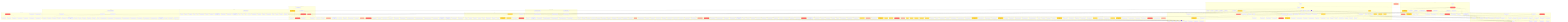
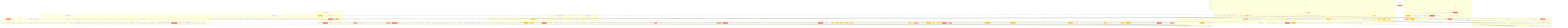
flowchart TD
    subgraph goal_changelog
        goal__changelog__update_changelog{{update_changelog CC=24}}
    end
    subgraph goal_cli
        goal__cli__doctor_cmd__doctor("doctor CC=12")
        goal__cli__commit_cmd__commit("commit CC=11")
        goal__cli__commit_cmd__fix_summary("fix_summary CC=12")
        goal__cli__commit_cmd__validate("validate CC=13")
        goal__cli__version__detect_project_types["detect_project_types"]
        goal__cli__version__find_version_files["find_version_files"]
        goal__cli__version__get_version_from_file["get_version_from_file"]
        goal__cli__version__get_current_version["get_current_version"]
        goal__cli__version__bump_version["bump_version"]
        goal__cli__version__update_version_in_file["update_version_in_file"]
        goal__cli__version__update_json_version["update_json_version"]
        goal__cli__version__update_project_metadata{{update_project_metadata CC=26}}
        goal__cli__version__update_readme_metadata("update_readme_metadata CC=10")
        goal__cli__version___update_version_file["_update_version_file"]
        goal__cli__version___update_json_version_file["_update_json_version_file"]
        goal__cli__version___update_toml_version["_update_toml_version"]
        goal__cli__version___update_cargo_version["_update_cargo_version"]
        goal__cli__version___update_csproj_versions["_update_csproj_versions"]
        goal__cli__version___update_pom_xml["_update_pom_xml"]
        goal__cli__version___update_readme_metadata["_update_readme_metadata"]
        goal__cli__version___update_init_py_versions["_update_init_py_versions"]
        goal__cli__version__sync_all_versions{{sync_all_versions CC=33}}
        goal__cli__utils_cmd__status("status CC=10")
        goal__cli__utils_cmd__init["init"]
        goal__cli__utils_cmd__info["info"]
        goal__cli__utils_cmd__version["version"]
        goal__cli__utils_cmd__package_managers("package_managers CC=8")
        goal__cli__utils_cmd__check_versions["check_versions"]
        goal__cli__utils_cmd__clone["clone"]
        goal__cli__utils_cmd__bootstrap["bootstrap"]
        goal__cli__publish_cmd__publish["publish"]
        goal__cli__push_cmd__push["push"]
        goal__cli__publish__makefile_has_target["makefile_has_target"]
        goal__cli__publish___get_python_bin["_get_python_bin"]
        goal__cli__publish___ensure_publish_deps["_ensure_publish_deps"]
        goal__cli__publish__publish_project("publish_project CC=13")
        goal__cli__config_cmd__config["config"]
        goal__cli__config_cmd__config_show["config_show"]
        goal__cli__config_cmd__config_validate["config_validate"]
        goal__cli__config_cmd__config_update["config_update"]
        goal__cli__config_cmd__config_set["config_set"]
        goal__cli__config_cmd__config_get["config_get"]
        goal__cli__config_cmd__setup["setup"]
        goal__cli___setup_nfo_logging["_setup_nfo_logging"]
        goal__cli___nfo_log_call["_nfo_log_call"]
        goal__cli__strip_ansi["strip_ansi"]
        goal__cli__split_paths_by_type("split_paths_by_type CC=14")
        goal__cli__stage_paths["stage_paths"]
        goal__cli__confirm["confirm"]
        goal__cli__GoalGroup__get_command["get_command"]
        goal__cli__GoalGroup__parse_args["parse_args"]
        goal__cli__main["main"]
    end
    subgraph goal_config
        goal__config__manager__GoalConfig____init__["__init__"]
        goal__config__manager__GoalConfig___find_config["_find_config"]
        goal__config__manager__GoalConfig___find_git_root["_find_git_root"]
        goal__config__manager__GoalConfig__exists["exists"]
        goal__config__manager__GoalConfig__load["load"]
        goal___get_default_config["_get_default_config"]
        goal__config__manager__GoalConfig___deep_copy["_deep_copy"]
        goal__config__manager__GoalConfig___merge_configs["_merge_configs"]
        goal___detect_project_name("_detect_project_name CC=10")
        goal___detect_project_types["_detect_project_types"]
        goal___detect_description["_detect_description"]
        goal___detect_version_files("_detect_version_files CC=10")
        goal__config__manager__GoalConfig__save["save"]
        goal__config__manager__GoalConfig__get["get"]
        goal__config__manager__GoalConfig__set["set"]
        goal__update_from_detection["update_from_detection"]
        goal__config__manager__GoalConfig__validate("validate CC=8")
        goal__get_commit_template["get_commit_template"]
        goal__config__manager__GoalConfig__get_strategy["get_strategy"]
        goal__config__manager__GoalConfig__get_registry["get_registry"]
        goal__should_auto_update["should_auto_update"]
        goal__config__manager__GoalConfig__to_dict["to_dict"]
        goal__config__manager__init_config["init_config"]
        goal__config__manager__load_config["load_config"]
        goal__config__manager__ensure_config["ensure_config"]
    end
    subgraph goal_deep_analyzer
        goal__deep_analyzer__CodeChangeAnalyzer____init__["__init__"]
        goal__analyze_file_diff["analyze_file_diff"]
        goal___detect_language["_detect_language"]
        goal___analyze_python_diff{{_analyze_python_diff CC=15}}
        goal___extract_python_entities("_extract_python_entities CC=13")
        goal___get_decorator_name["_get_decorator_name"]
        goal___calculate_complexity["_calculate_complexity"]
        goal___analyze_js_diff("_analyze_js_diff CC=13")
        goal___analyze_generic_diff["_analyze_generic_diff"]
        goal___detect_functional_areas["_detect_functional_areas"]
        goal__aggregate_changes["aggregate_changes"]
        goal___detect_file_patterns["_detect_file_patterns"]
        goal___check_analyzer_value["_check_analyzer_value"]
        goal___check_cli_value("_check_cli_value CC=8")
        goal___check_area_values("_check_area_values CC=12")
        goal___check_complexity_value["_check_complexity_value"]
        goal___check_architecture_value["_check_architecture_value"]
        goal___build_entity_fallback["_build_entity_fallback"]
        goal__infer_functional_value["infer_functional_value"]
        goal__detect_relations["detect_relations"]
        goal__generate_functional_summary["generate_functional_summary"]
        goal___build_summary{{_build_summary CC=16}}
    end
    subgraph goal_doctor
        goal__doctor__rust__diagnose_rust["diagnose_rust"]
        goal__doctor__ruby__diagnose_ruby["diagnose_ruby"]
        goal__doctor__dotnet__diagnose_dotnet["diagnose_dotnet"]
        goal__doctor__go__diagnose_go["diagnose_go"]
+         goal__doctor__logging___log_issue["_log_issue"]
+         goal__doctor__logging___log_fix["_log_fix"]
        goal__doctor__todo___generate_ticket_id["_generate_ticket_id"]
        goal__doctor__todo___read_existing_tickets["_read_existing_tickets"]
        goal__doctor__todo___format_todo_entry["_format_todo_entry"]
        goal__doctor__todo__add_issues_to_todo("add_issues_to_todo CC=9")
        goal__doctor__todo__diagnose_and_report_with_todo["diagnose_and_report_with_todo"]
-         goal__doctor__logging___log_issue["_log_issue"]
-         goal__doctor__logging___log_fix["_log_fix"]
        goal__doctor__php__diagnose_php["diagnose_php"]
-         goal__doctor__core__diagnose_project["diagnose_project"]
-         goal__doctor__core__diagnose_and_report("diagnose_and_report CC=8")
        goal__doctor__java__diagnose_java["diagnose_java"]
+         goal__doctor__nodejs__diagnose_nodejs("diagnose_nodejs CC=13")
        goal__doctor__python__PythonDiagnostics____init__["__init__"]
        goal__check_py001_missing_config["check_py001_missing_config"]
        goal__check_py002_build_system["check_py002_build_system"]
        goal__check_py003_license_classifiers["check_py003_license_classifiers"]
        goal__check_py004_deprecated_backends["check_py004_deprecated_backends"]
        goal__check_py005_license_table["check_py005_license_table"]
        goal__check_py006_duplicate_authors("check_py006_duplicate_authors CC=8")
        goal__check_py007_requires_python["check_py007_requires_python"]
        goal__check_py008_empty_classifiers["check_py008_empty_classifiers"]
        goal__check_py009_string_authors("check_py009_string_authors CC=8")
+         goal__check_py010_project_name_consistency("check_py010_project_name_consistenc CC=12")
+         goal__check_py011_version_consistency{{check_py011_version_consistency CC=17}}
+         goal__check_py012_dist_cleanup("check_py012_dist_cleanup CC=9")
+         goal__check_py013_goal_publish_pattern("check_py013_goal_publish_pattern CC=8")
        goal__write_fixes["write_fixes"]
        goal__doctor__python__diagnose_python["diagnose_python"]
-         goal__doctor__nodejs__diagnose_nodejs("diagnose_nodejs CC=13")
+         goal__doctor__core__diagnose_project["diagnose_project"]
+         goal__doctor__core__diagnose_and_report("diagnose_and_report CC=8")
    end
    subgraph goal_formatter
        goal__formatter__MarkdownFormatter____init__["__init__"]
        goal__formatter__MarkdownFormatter__add_header["add_header"]
        goal__formatter__MarkdownFormatter__add_metadata["add_metadata"]
        goal__formatter__MarkdownFormatter__add_section["add_section"]
        goal__formatter__MarkdownFormatter__add_list["add_list"]
        goal__add_command_output["add_command_output"]
        goal__formatter__MarkdownFormatter__add_summary["add_summary"]
        goal__formatter__MarkdownFormatter__render["render"]
        goal__formatter___build_functional_overview("_build_functional_overview CC=12")
        goal__formatter___build_files_section("_build_files_section CC=8")
        goal__formatter___determine_next_steps["_determine_next_steps"]
        goal__formatter__format_push_result("format_push_result CC=13")
        goal__formatter__format_enhanced_summary{{format_enhanced_summary CC=29}}
        goal__formatter__format_status_output["format_status_output"]
    end
    subgraph goal_generator
+         goal____init__["__init__"]
+         goal__get_diff_stats("get_diff_stats CC=9")
+         goal__get_name_status("get_name_status CC=9")
+         goal__get_numstat_map("get_numstat_map CC=11")
+         goal__get_changed_files("get_changed_files CC=8")
+         goal__get_diff_content["get_diff_content"]
+         goal__clear_cache["clear_cache"]
        goal__classify_change_type["classify_change_type"]
        goal___detect_signals["_detect_signals"]
        goal___has_package_code["_has_package_code"]
        goal___is_docs_only["_is_docs_only"]
        goal___is_ci_only["_is_ci_only"]
        goal___has_new_goal_python_file["_has_new_goal_python_file"]
        goal___score_by_file_patterns["_score_by_file_patterns"]
        goal___score_by_diff_content["_score_by_diff_content"]
        goal___score_by_statistics("_score_by_statistics CC=8")
        goal___score_by_signals{{_score_by_signals CC=15}}
        goal___score_new_functionality["_score_new_functionality"]
        goal___resolve_change_type("_resolve_change_type CC=11")
        goal__detect_scope("detect_scope CC=14")
        goal__extract_functions_changed["extract_functions_changed"]
        goal__short_action_summary{{short_action_summary CC=34}}
        goal__per_file_notes{{per_file_notes CC=29}}
-         goal____init__["__init__"]
-         goal__get_diff_stats("get_diff_stats CC=9")
-         goal__get_name_status("get_name_status CC=9")
-         goal__get_numstat_map("get_numstat_map CC=11")
-         goal__get_changed_files("get_changed_files CC=8")
-         goal__get_diff_content["get_diff_content"]
-         goal__clear_cache["clear_cache"]
        goal____init__("__init__ CC=8")
        goal__get_diff_stats["get_diff_stats"]
        goal__get_name_status["get_name_status"]
        goal__get_numstat_map["get_numstat_map"]
        goal__get_changed_files["get_changed_files"]
        goal__get_diff_content["get_diff_content"]
        goal__classify_change_type["classify_change_type"]
        goal__detect_scope["detect_scope"]
        goal__extract_functions_changed["extract_functions_changed"]
        goal___short_action_summary["_short_action_summary"]
        goal___per_file_notes["_per_file_notes"]
        goal__generate_commit_message["generate_commit_message"]
        goal__generate_abstraction_message["generate_abstraction_message"]
        goal__generate_changelog_entry["generate_changelog_entry"]
        goal__generate_enhanced_summary("generate_enhanced_summary CC=8")
        goal___try_enhanced_summary["_try_enhanced_summary"]
        goal___classify_files("_classify_files CC=11")
        goal___build_statistics_section["_build_statistics_section"]
        goal___build_summary_section("_build_summary_section CC=12")
        goal___build_file_lists["_build_file_lists"]
        goal___build_per_file_notes["_build_per_file_notes"]
        goal___build_implementation_notes["_build_implementation_notes"]
        goal__generate_detailed_message["generate_detailed_message"]
        goal__generate_smart_commit_message["generate_smart_commit_message"]
    end
    subgraph goal_git_ops
        goal__git_ops__run_git["run_git"]
        goal__git_ops__run_command["run_command"]
        goal__git_ops___echo_cmd["_echo_cmd"]
        goal__git_ops___run_git_verbose["_run_git_verbose"]
        goal__git_ops__run_command_tee["run_command_tee"]
        goal__git_ops__is_git_repository["is_git_repository"]
        goal__git_ops__validate_repo_url["validate_repo_url"]
        goal__git_ops__get_remote_url["get_remote_url"]
        goal__git_ops__list_remotes["list_remotes"]
        goal__git_ops___prompt_remote_url["_prompt_remote_url"]
        goal__git_ops___list_remote_branches["_list_remote_branches"]
        goal__git_ops__get_remote_branch["get_remote_branch"]
        goal__git_ops__clone_repository["clone_repository"]
        goal__git_ops__ensure_git_repository{{ensure_git_repository CC=23}}
        goal__git_ops__ensure_remote["ensure_remote"]
        goal__git_ops__get_staged_files["get_staged_files"]
        goal__git_ops__get_unstaged_files["get_unstaged_files"]
        goal__git_ops__get_working_tree_files["get_working_tree_files"]
        goal__git_ops__get_diff_stats["get_diff_stats"]
        goal__git_ops__get_diff_content["get_diff_content"]
        goal__git_ops__read_ticket["read_ticket"]
        goal__git_ops__apply_ticket_prefix["apply_ticket_prefix"]
    end
    subgraph goal_package_managers
        goal____post_init__["__post_init__"]
        goal__package_managers__detect_package_managers("detect_package_managers CC=11")
        goal__package_managers__get_package_manager["get_package_manager"]
        goal__get_package_managers_by_language["get_package_managers_by_language"]
        goal__is_package_manager_available["is_package_manager_available"]
        goal__get_available_package_managers["get_available_package_managers"]
        goal__get_preferred_package_manager["get_preferred_package_manager"]
        goal__format_package_manager_command["format_package_manager_command"]
        goal__package_managers__get_package_manager_info["get_package_manager_info"]
        goal__package_managers__list_all_package_managers["list_all_package_managers"]
        goal__package_managers__detect_project_language["detect_project_language"]
        goal__package_managers__suggest_package_managers["suggest_package_managers"]
    end
    subgraph goal_project_bootstrap
        goal__project_bootstrap___match_marker["_match_marker"]
        goal__project_bootstrap__detect_project_types_deep("detect_project_types_deep CC=11")
        goal__project_bootstrap__guess_package_name{{guess_package_name CC=20}}
        goal__project_bootstrap___find_python_bin["_find_python_bin"]
        goal__ensure_project_environment{{ensure_project_environment CC=25}}
        goal__project_bootstrap__find_existing_tests["find_existing_tests"]
        goal__project_bootstrap__scaffold_test{{scaffold_test CC=15}}
        goal__project_bootstrap__bootstrap_project["bootstrap_project"]
        goal__project_bootstrap__bootstrap_all_projects["bootstrap_all_projects"]
    end
    subgraph goal_push
        goal__push__commands__push["push"]
        goal__push__core__run_git_local["run_git_local"]
        goal__push__core__show_workflow_preview("show_workflow_preview CC=8")
        goal__push__core__output_final_summary("output_final_summary CC=10")
        goal__push__core__PushContext____init__["__init__"]
        goal__push__core__PushContext__get["get"]
        goal__push__core__execute_push_workflow{{execute_push_workflow CC=29}}
        goal__push__stages__version___get_version_module["_get_version_module"]
        goal__sync_all_versions_wrapper["sync_all_versions_wrapper"]
        goal__push__stages__version__handle_version_sync["handle_version_sync"]
        goal__push__stages__version__get_version_info["get_version_info"]
        goal__push__stages__changelog__handle_changelog["handle_changelog"]
        goal__update_changelog_stage["update_changelog_stage"]
        goal__push__stages__commit__get_commit_message("get_commit_message CC=11")
        goal__push__stages__commit__enforce_quality_gates{{enforce_quality_gates CC=15}}
        goal__push__stages__commit__handle_single_commit["handle_single_commit"]
        goal__push__stages__commit__handle_split_commits{{handle_split_commits CC=17}}
        goal__push__stages__dry_run__handle_dry_run{{handle_dry_run CC=19}}
        goal__push__stages__tag__create_tag["create_tag"]
        goal__push__stages__push_remote__push_to_remote("push_to_remote CC=12")
        goal__push__stages__publish__handle_publish["handle_publish"]
    end
    subgraph goal_smart_commit
        goal____init__["__init__"]
        goal__get_domain("get_domain CC=12")
        goal__get_language["get_language"]
        goal__extract_entities{{extract_entities CC=20}}
        goal__extract_markdown_topics("extract_markdown_topics CC=9")
        goal__infer_benefit("infer_benefit CC=11")
        goal__detect_features["detect_features"]
        goal__determine_abstraction_level["determine_abstraction_level"]
        goal__get_action_verb["get_action_verb"]
        goal____init__["__init__"]
        goal__analyze_changes{{analyze_changes CC=24}}
        goal___generate_functional_summary{{_generate_functional_summary CC=22}}
        goal___get_staged_files["_get_staged_files"]
        goal___get_file_diff["_get_file_diff"]
        goal___infer_commit_type("_infer_commit_type CC=11")
        goal__generate_message["generate_message"]
        goal___is_docs_only_change["_is_docs_only_change"]
        goal___generate_docs_message["_generate_docs_message"]
        goal___generate_high_abstraction_message["_generate_high_abstraction_message"]
        goal___generate_medium_abstraction_message["_generate_medium_abstraction_messag"]
        goal___generate_low_abstraction_message["_generate_low_abstraction_message"]
        goal___filter_meaningful_entities["_filter_meaningful_entities"]
        goal___infer_message_from_files("_infer_message_from_files CC=12")
        goal__generate_functional_body("generate_functional_body CC=13")
        goal__generate_changelog_entry["generate_changelog_entry"]
        goal__format_changelog_entry["format_changelog_entry"]
        goal__create_smart_generator["create_smart_generator"]
    end
    subgraph goal_summary
        goal____init__["__init__"]
        goal__validate["validate"]
        goal___extract_intent["_extract_intent"]
        goal___validate_title("_validate_title CC=10")
        goal___validate_intent("_validate_intent CC=9")
        goal___validate_metrics["_validate_metrics"]
        goal___validate_relations["_validate_relations"]
        goal___validate_files["_validate_files"]
        goal___validate_capabilities["_validate_capabilities"]
        goal___validate_body["_validate_body"]
        goal___validate_value_score["_validate_value_score"]
        goal___calculate_score["_calculate_score"]
        goal__auto_fix{{auto_fix CC=19}}
        goal__summary__generate_business_summary["generate_business_summary"]
        goal__summary__validate_summary["validate_summary"]
        goal__summary__auto_fix_summary["auto_fix_summary"]
        goal____init__["__init__"]
        goal__map_entity_to_role("map_entity_to_role CC=13")
        goal__detect_capabilities["detect_capabilities"]
        goal__detect_file_relations("detect_file_relations CC=10")
        goal___infer_domain("_infer_domain CC=14")
        goal___build_relation_chain("_build_relation_chain CC=8")
        goal___render_relations_ascii["_render_relations_ascii"]
        goal__calculate_quality_metrics["calculate_quality_metrics"]
        goal__generate_value_title{{generate_value_title CC=19}}
        goal__generate_enhanced_summary("generate_enhanced_summary CC=11")
        goal___format_changes_section{{_format_changes_section CC=26}}
        goal___format_testing_section["_format_testing_section"]
        goal___format_dependencies_section["_format_dependencies_section"]
        goal___format_stats_section["_format_stats_section"]
        goal___format_enhanced_body["_format_enhanced_body"]
        goal__validate_summary_quality("validate_summary_quality CC=8")
        goal____init__["__init__"]
        goal__is_noise["is_noise"]
        goal__filter_entities["filter_entities"]
        goal__has_banned_words["has_banned_words"]
        goal__classify_intent("classify_intent CC=14")
        goal__prioritize_capabilities["prioritize_capabilities"]
        goal__format_complexity_delta["format_complexity_delta"]
        goal__dedupe_relations["dedupe_relations"]
        goal__dedupe_files["dedupe_files"]
        goal__categorize_files("categorize_files CC=11")
        goal__filter_generic_nodes["filter_generic_nodes"]
        goal__format_net_lines("format_net_lines CC=12")
        goal__classify_intent_smart{{classify_intent_smart CC=25}}
        goal__generate_architecture_title("generate_architecture_title CC=12")
    end
    subgraph goal_user_config
        goal__user_config__UserConfig____init__["__init__"]
        goal__user_config__UserConfig___load["_load"]
        goal__user_config__UserConfig___save["_save"]
        goal__user_config__UserConfig__get["get"]
        goal__user_config__UserConfig__set["set"]
        goal__user_config__UserConfig__is_initialized["is_initialized"]
        goal__user_config__get_git_user_name["get_git_user_name"]
        goal__user_config__get_git_user_email["get_git_user_email"]
        goal__user_config__prompt_for_license["prompt_for_license"]
        goal__user_config__initialize_user_config("initialize_user_config CC=11")
        goal__user_config__get_user_config["get_user_config"]
        goal__user_config__show_user_config["show_user_config"]
    end
    subgraph goal_version_validation
        goal__version_validation__get_pypi_version["get_pypi_version"]
        goal__version_validation__get_npm_version["get_npm_version"]
        goal__version_validation__get_cargo_version["get_cargo_version"]
        goal__version_validation__get_rubygems_version["get_rubygems_version"]
        goal__version_validation__get_registry_version["get_registry_version"]
        goal__version_validation__extract_badge_versions["extract_badge_versions"]
        goal__version_validation__update_badge_versions["update_badge_versions"]
        goal__validate_project_versions{{validate_project_versions CC=30}}
        goal__version_validation__check_readme_badges["check_readme_badges"]
        goal__format_validation_results["format_validation_results"]
    end
-     goal__user_config__initialize_user_config --> goal__user_config__get_git_user_name
-     goal__user_config__initialize_user_config --> goal__user_config__get_git_user_email
-     goal__user_config__initialize_user_config --> goal__user_config__prompt_for_license
-     goal__user_config__get_user_config --> goal__user_config__initialize_user_config
-     goal__validate_project_versions --> goal__version_validation__get_pypi_version
-     goal__validate_project_versions --> goal__version_validation__get_npm_version
-     goal__validate_project_versions --> goal__version_validation__get_cargo_version
-     goal__version_validation__check_readme_badges --> goal__version_validation__extract_badge_versions
+     subgraph integration_run_matrix
+         integration__run_matrix__run_case["run_case"]
+         integration__run_matrix__print["print"]
+         integration__run_matrix__main["main"]
+         integration__run_matrix__self["self"]
+     end
    goal__project_bootstrap__detect_project_types_deep --> goal__project_bootstrap___match_marker
    goal__ensure_project_environment --> goal__project_bootstrap___find_python_bin
    goal__ensure_project_environment --> goal__project_bootstrap___match_marker
    goal__project_bootstrap__scaffold_test --> goal__project_bootstrap__find_existing_tests
    goal__project_bootstrap__scaffold_test --> goal__project_bootstrap__guess_package_name
    goal__project_bootstrap__bootstrap_project --> goal__doctor__core__diagnose_and_report
    goal__project_bootstrap__bootstrap_project --> goal__ensure_project_environment
    goal__project_bootstrap__bootstrap_project --> goal__project_bootstrap__find_existing_tests
    goal__project_bootstrap__bootstrap_project --> goal__project_bootstrap__scaffold_test
    goal__project_bootstrap__bootstrap_all_projects --> goal__project_bootstrap__detect_project_types_deep
    goal__project_bootstrap__bootstrap_all_projects --> goal__project_bootstrap__bootstrap_project
+     goal__validate_project_versions --> goal__version_validation__get_pypi_version
+     goal__validate_project_versions --> goal__version_validation__get_npm_version
+     goal__validate_project_versions --> goal__version_validation__get_cargo_version
+     goal__version_validation__check_readme_badges --> goal__version_validation__extract_badge_versions
+     goal__user_config__initialize_user_config --> goal__user_config__get_git_user_name
+     goal__user_config__initialize_user_config --> goal__user_config__get_git_user_email
+     goal__user_config__initialize_user_config --> goal__user_config__prompt_for_license
+     goal__user_config__get_user_config --> goal__user_config__initialize_user_config
    goal__formatter__format_push_result --> goal__formatter___build_functional_overview
    goal__formatter__format_push_result --> goal__formatter___build_files_section
    goal__formatter__format_push_result --> goal__formatter___determine_next_steps
-     goal___analyze_python_diff --> goal__user_config__UserConfig__set
-     goal___analyze_js_diff --> goal__user_config__UserConfig__set
-     goal___analyze_generic_diff --> goal__user_config__UserConfig__set
-     goal___detect_functional_areas --> goal__user_config__UserConfig__set
-     goal__aggregate_changes --> goal__user_config__UserConfig__set
-     goal__detect_relations --> goal__user_config__UserConfig__set
    goal__git_ops___run_git_verbose --> goal__git_ops___echo_cmd
    goal__git_ops___run_git_verbose --> goal__git_ops__run_git
    goal__git_ops__is_git_repository --> goal__git_ops__run_git
    goal__git_ops__get_remote_url --> goal__git_ops__run_git
    goal__git_ops__list_remotes --> goal__git_ops__run_git
    goal__git_ops___prompt_remote_url --> goal__git_ops__validate_repo_url
    goal__git_ops___list_remote_branches --> goal__git_ops___echo_cmd
    goal__git_ops___list_remote_branches --> goal__git_ops__run_git
    goal__git_ops__get_remote_branch --> goal__git_ops__run_git
    goal__git_ops__clone_repository --> goal__git_ops__run_git
    goal__git_ops__clone_repository --> goal__git_ops__validate_repo_url
    goal__git_ops__ensure_git_repository --> goal__git_ops__is_git_repository
    goal__git_ops__ensure_git_repository --> goal__git_ops___run_git_verbose
    goal__git_ops__ensure_git_repository --> goal__git_ops___prompt_remote_url
    goal__git_ops__ensure_remote --> goal__git_ops__list_remotes
    goal__git_ops__ensure_remote --> goal__git_ops___prompt_remote_url
    goal__git_ops__ensure_remote --> goal__git_ops___run_git_verbose
    goal__git_ops__ensure_remote --> goal__git_ops__run_git
    goal__git_ops__get_staged_files --> goal__git_ops__run_git
    goal__git_ops__get_unstaged_files --> goal__git_ops__run_git
    goal__git_ops__get_working_tree_files --> goal__git_ops__run_git
    goal__git_ops__get_diff_stats --> goal__git_ops__run_git
    goal__git_ops__get_diff_content --> goal__git_ops__run_git
    goal__git_ops__apply_ticket_prefix --> goal__git_ops__read_ticket
+     goal___analyze_python_diff --> goal__user_config__UserConfig__set
+     goal___analyze_js_diff --> goal__user_config__UserConfig__set
+     goal___analyze_generic_diff --> goal__user_config__UserConfig__set
+     goal___detect_functional_areas --> goal__user_config__UserConfig__set
+     goal__aggregate_changes --> goal__user_config__UserConfig__set
+     goal__detect_relations --> goal__user_config__UserConfig__set
+     goal__push__commands__push --> goal__push__core__execute_push_workflow
    goal__extract_functions_changed --> goal__user_config__UserConfig__set
-     goal__push__commands__push --> goal__push__core__execute_push_workflow
    goal___classify_files --> goal__user_config__UserConfig__set
    goal__cli__doctor_cmd__doctor --> goal__project_bootstrap__detect_project_types_deep
    goal__push__core__run_git_local --> goal__git_ops__run_git
    goal__push__core__output_final_summary --> goal__formatter__format_push_result
    goal__push__core__execute_push_workflow --> goal__cli__version__detect_project_types
    goal__push__core__execute_push_workflow --> goal__git_ops__get_staged_files
    goal__push__core__execute_push_workflow --> goal__git_ops__get_diff_content
    goal__push__core__execute_push_workflow --> goal__push__stages__commit__get_commit_message
    goal__push__core__execute_push_workflow --> goal__push__stages__version__get_version_info
    goal__push__core__execute_push_workflow --> goal__git_ops__get_diff_stats
    goal__push__core__execute_push_workflow --> goal__push__stages__tag__create_tag
    goal__push__core__execute_push_workflow --> goal__git_ops__get_remote_branch
    goal__push__core__execute_push_workflow --> goal__push__stages__push_remote__push_to_remote
    goal__push__core__execute_push_workflow --> goal__push__stages__publish__handle_publish
    goal__push__core__execute_push_workflow --> goal__push__core__output_final_summary
    goal__cli__commit_cmd__commit --> goal__git_ops__get_staged_files
    goal__cli__commit_cmd__commit --> goal__git_ops__apply_ticket_prefix
    goal__cli__commit_cmd__fix_summary --> goal__git_ops__get_staged_files
    goal__cli__commit_cmd__fix_summary --> goal__git_ops__get_diff_stats
    goal__cli__commit_cmd__validate --> goal__git_ops__get_staged_files
    goal__cli__commit_cmd__validate --> goal__git_ops__get_diff_stats
    goal__cli__version__get_current_version --> goal__cli__version__find_version_files
    goal__cli__version__get_current_version --> goal__cli__version__get_version_from_file
    goal__cli__version___update_json_version_file --> goal__cli__version__update_json_version
    goal__cli__version___update_json_version_file --> goal__cli__version__update_project_metadata
    goal__cli__version___update_toml_version --> goal__cli__version__update_project_metadata
    goal__cli__version___update_cargo_version --> goal__cli__version__update_project_metadata
    goal__cli__version___update_readme_metadata --> goal__version_validation__update_badge_versions
    goal__cli__version___update_readme_metadata --> goal__cli__version__update_readme_metadata
    goal__cli__version__sync_all_versions --> goal__version_validation__update_badge_versions
    goal__cli__version__sync_all_versions --> goal__cli__version__update_json_version
    goal__cli__utils_cmd__status --> goal__cli__version__get_current_version
    goal__cli__utils_cmd__status --> goal__git_ops__get_remote_branch
    goal__cli__utils_cmd__status --> goal__git_ops__get_staged_files
    goal__cli__utils_cmd__status --> goal__git_ops__get_unstaged_files
    goal__cli__utils_cmd__status --> goal__formatter__format_status_output
    goal__cli__utils_cmd__init --> goal__config__manager__init_config
    goal__cli__utils_cmd__init --> goal__cli__version__detect_project_types
    goal__cli__utils_cmd__init --> goal__user_config__get_user_config
    goal__cli__utils_cmd__init --> goal__git_ops__ensure_git_repository
    goal__cli__utils_cmd__init --> goal__user_config__initialize_user_config
    goal__cli__utils_cmd__info --> goal__cli__version__detect_project_types
    goal__cli__utils_cmd__info --> goal__cli__version__get_current_version
    goal__cli__utils_cmd__info --> goal__git_ops__get_remote_branch
    goal__cli__utils_cmd__version --> goal__cli__version__get_current_version
    goal__cli__utils_cmd__version --> goal__cli__version__bump_version
    goal__cli__utils_cmd__version --> goal__user_config__get_user_config
    goal__cli__utils_cmd__version --> goal__cli__version__sync_all_versions
    goal__cli__utils_cmd__version --> goal__git_ops__run_git
    goal__cli__utils_cmd__package_managers --> goal__package_managers__detect_package_managers
    goal__cli__utils_cmd__package_managers --> goal__package_managers__detect_project_language
    goal__cli__utils_cmd__package_managers --> goal__package_managers__suggest_package_managers
    goal__cli__utils_cmd__check_versions --> goal__cli__version__get_current_version
    goal__cli__utils_cmd__check_versions --> goal__cli__version__detect_project_types
    goal__cli__utils_cmd__check_versions --> goal__validate_project_versions
    goal__cli__utils_cmd__check_versions --> goal__format_validation_results
    goal__cli__utils_cmd__clone --> goal__git_ops__clone_repository
    goal__cli__utils_cmd__clone --> goal__git_ops__validate_repo_url
    goal__cli__utils_cmd__bootstrap --> goal__project_bootstrap__detect_project_types_deep
    goal__cli__utils_cmd__bootstrap --> goal__project_bootstrap__bootstrap_project
    goal__cli__publish_cmd__publish --> goal__cli__version__detect_project_types
    goal__cli__publish_cmd__publish --> goal__cli__publish__makefile_has_target
    goal__cli__publish_cmd__publish --> goal__git_ops__run_command_tee
    goal__cli__publish_cmd__publish --> goal__cli__version__get_current_version
    goal__cli__publish_cmd__publish --> goal__cli__publish__publish_project
    goal__cli__push_cmd__push --> goal__push__core__execute_push_workflow
    goal__cli__publish__publish_project --> goal__cli__publish___get_python_bin
    goal__cli__publish__publish_project --> goal__git_ops__run_command_tee
    goal__cli__publish__publish_project --> goal__cli__publish___ensure_publish_deps
    goal__cli__config_cmd__config_show --> goal__config__manager__ensure_config
    goal__cli__config_cmd__config_validate --> goal__config__manager__ensure_config
    goal__cli__config_cmd__config_update --> goal__config__manager__ensure_config
    goal__cli__config_cmd__config_set --> goal__config__manager__ensure_config
    goal__cli__config_cmd__config_get --> goal__config__manager__ensure_config
    goal__cli__config_cmd__setup --> goal__user_config__initialize_user_config
    goal__cli__config_cmd__setup --> goal__user_config__show_user_config
    goal__update_from_detection --> goal__config__manager__GoalConfig__set
    goal___validate_title --> goal__user_config__UserConfig__set
    goal__detect_capabilities --> goal__user_config__UserConfig__set
    goal__has_banned_words --> goal__user_config__UserConfig__set
    goal__dedupe_relations --> goal__user_config__UserConfig__set
    goal__dedupe_files --> goal__user_config__UserConfig__set
    goal__get_available_package_managers --> goal__package_managers__detect_package_managers
    goal__get_available_package_managers --> goal__is_package_manager_available
    goal__get_preferred_package_manager --> goal__get_available_package_managers
    goal__package_managers__get_package_manager_info --> goal__is_package_manager_available
    goal__package_managers__list_all_package_managers --> goal__package_managers__get_package_manager_info
    goal__package_managers__detect_project_language --> goal__user_config__UserConfig__set
    goal__package_managers__suggest_package_managers --> goal__package_managers__detect_project_language
    goal__package_managers__suggest_package_managers --> goal__get_package_managers_by_language
    goal__package_managers__suggest_package_managers --> goal__is_package_manager_available
+     goal__cli__stage_paths --> goal__git_ops__run_git
+     goal__cli__main --> goal__cli___setup_nfo_logging
+     goal__cli__main --> goal__user_config__get_user_config
    goal__doctor__todo___read_existing_tickets --> goal__user_config__UserConfig__set
    goal__doctor__todo___format_todo_entry --> goal__doctor__todo___generate_ticket_id
    goal__doctor__todo__add_issues_to_todo --> goal__doctor__todo___read_existing_tickets
    goal__doctor__todo__add_issues_to_todo --> goal__doctor__todo___generate_ticket_id
    goal__doctor__todo__diagnose_and_report_with_todo --> goal__doctor__core__diagnose_and_report
    goal__doctor__todo__diagnose_and_report_with_todo --> goal__doctor__todo__add_issues_to_todo
-     goal__cli__stage_paths --> goal__git_ops__run_git
-     goal__cli__main --> goal__cli___setup_nfo_logging
-     goal__cli__main --> goal__user_config__get_user_config
-     goal__doctor__core__diagnose_and_report --> goal__doctor__core__diagnose_project
-     goal__doctor__core__diagnose_and_report --> goal__doctor__logging___log_issue
    goal__extract_entities --> goal__user_config__UserConfig__set
    goal__analyze_changes --> goal__user_config__UserConfig__set
    goal__sync_all_versions_wrapper --> goal__push__stages__version___get_version_module
    goal__sync_all_versions_wrapper --> goal__cli__version__sync_all_versions
    goal__push__stages__version__handle_version_sync --> goal__push__stages__version___get_version_module
    goal__push__stages__version__handle_version_sync --> goal__cli__version__sync_all_versions
    goal__push__stages__version__handle_version_sync --> goal__push__core__run_git_local
    goal__push__stages__version__get_version_info --> goal__push__stages__version___get_version_module
    goal__push__stages__version__get_version_info --> goal__cli__version__bump_version
    goal__push__stages__version__get_version_info --> goal__cli__version__get_current_version
    goal__push__stages__changelog__handle_changelog --> goal__push__core__run_git_local
    goal__push__stages__commit__get_commit_message --> goal__git_ops__apply_ticket_prefix
    goal__push__stages__commit__enforce_quality_gates --> goal__cli__confirm
    goal__push__stages__commit__handle_single_commit --> goal__git_ops__run_git
    goal__push__stages__commit__handle_split_commits --> goal__cli__split_paths_by_type
    goal__push__stages__commit__handle_split_commits --> goal__cli__stage_paths
    goal__push__stages__commit__handle_split_commits --> goal__git_ops__apply_ticket_prefix
    goal__push__stages__commit__handle_split_commits --> goal__git_ops__run_git
    goal__push__stages__dry_run__handle_dry_run --> goal__cli__split_paths_by_type
    goal__push__stages__tag__create_tag --> goal__git_ops__run_git
    goal__push__stages__push_remote__push_to_remote --> goal__git_ops__ensure_remote
    goal__push__stages__push_remote__push_to_remote --> goal__git_ops___echo_cmd
    goal__push__stages__push_remote__push_to_remote --> goal__git_ops__run_git
    goal__push__stages__push_remote__push_to_remote --> goal__cli__confirm
    goal__push__stages__publish__handle_publish --> goal__cli__publish__publish_project
    goal__push__stages__publish__handle_publish --> goal__cli__confirm
    goal__check_py006_duplicate_authors --> goal__user_config__UserConfig__set
+     goal__doctor__core__diagnose_and_report --> goal__doctor__core__diagnose_project
+     goal__doctor__core__diagnose_and_report --> goal__doctor__logging___log_issue

    classDef highCC fill:#ff6b6b,stroke:#c92a2a,color:#fff
    classDef medCC fill:#ffd43b,stroke:#f08c00,color:#000
-     class goal__changelog__update_changelog,goal__validate_project_versions,goal__project_bootstrap__guess_package_name,goal__ensure_project_environment,goal__project_bootstrap__scaffold_test,goal__formatter__format_enhanced_summary,goal___analyze_python_diff,goal___build_summary,goal__git_ops__ensure_git_repository,goal___score_by_signals,goal__short_action_summary,goal__per_file_notes,goal__push__core__execute_push_workflow,goal__cli__version__update_project_metadata,goal__cli__version__sync_all_versions,goal__auto_fix,goal__generate_value_title,goal___format_changes_section,goal__classify_intent_smart,goal__extract_entities,goal__analyze_changes,goal___generate_functional_summary,goal__push__stages__commit__enforce_quality_gates,goal__push__stages__commit__handle_split_commits,goal__push__stages__dry_run__handle_dry_run highCC
-     class goal__user_config__initialize_user_config,goal__project_bootstrap__detect_project_types_deep,goal__formatter___build_functional_overview,goal__formatter___build_files_section,goal__formatter__format_push_result,goal___extract_python_entities,goal___analyze_js_diff,goal___check_cli_value,goal___check_area_values,goal___score_by_statistics,goal___resolve_change_type,goal__detect_scope,goal__get_diff_stats,goal__get_name_status,goal__get_numstat_map,goal__get_changed_files,goal____init__,goal__generate_enhanced_summary,goal___classify_files,goal___build_summary_section,goal__cli__doctor_cmd__doctor,goal__push__core__show_workflow_preview,goal__push__core__output_final_summary,goal__cli__commit_cmd__commit,goal__cli__commit_cmd__fix_summary,goal__cli__commit_cmd__validate,goal__cli__version__update_readme_metadata,goal__cli__utils_cmd__status,goal__cli__utils_cmd__package_managers,goal__cli__publish__publish_project medCC
+     class goal__changelog__update_changelog,goal__project_bootstrap__guess_package_name,goal__ensure_project_environment,goal__project_bootstrap__scaffold_test,goal__validate_project_versions,goal__formatter__format_enhanced_summary,goal__git_ops__ensure_git_repository,goal___analyze_python_diff,goal___build_summary,goal___score_by_signals,goal__short_action_summary,goal__per_file_notes,goal__push__core__execute_push_workflow,goal__cli__version__update_project_metadata,goal__cli__version__sync_all_versions,goal__auto_fix,goal__generate_value_title,goal___format_changes_section,goal__classify_intent_smart,goal__extract_entities,goal__analyze_changes,goal___generate_functional_summary,goal__push__stages__commit__enforce_quality_gates,goal__push__stages__commit__handle_split_commits,goal__push__stages__dry_run__handle_dry_run,goal__check_py011_version_consistency highCC
+     class goal__project_bootstrap__detect_project_types_deep,goal__user_config__initialize_user_config,goal__formatter___build_functional_overview,goal__formatter___build_files_section,goal__formatter__format_push_result,goal___extract_python_entities,goal___analyze_js_diff,goal___check_cli_value,goal___check_area_values,goal__get_diff_stats,goal__get_name_status,goal__get_numstat_map,goal__get_changed_files,goal___score_by_statistics,goal___resolve_change_type,goal__detect_scope,goal____init__,goal__generate_enhanced_summary,goal___classify_files,goal___build_summary_section,goal__cli__doctor_cmd__doctor,goal__push__core__show_workflow_preview,goal__push__core__output_final_summary,goal__cli__commit_cmd__commit,goal__cli__commit_cmd__fix_summary,goal__cli__commit_cmd__validate,goal__cli__version__update_readme_metadata,goal__cli__utils_cmd__status,goal__cli__utils_cmd__package_managers,goal__cli__publish__publish_project medCC
